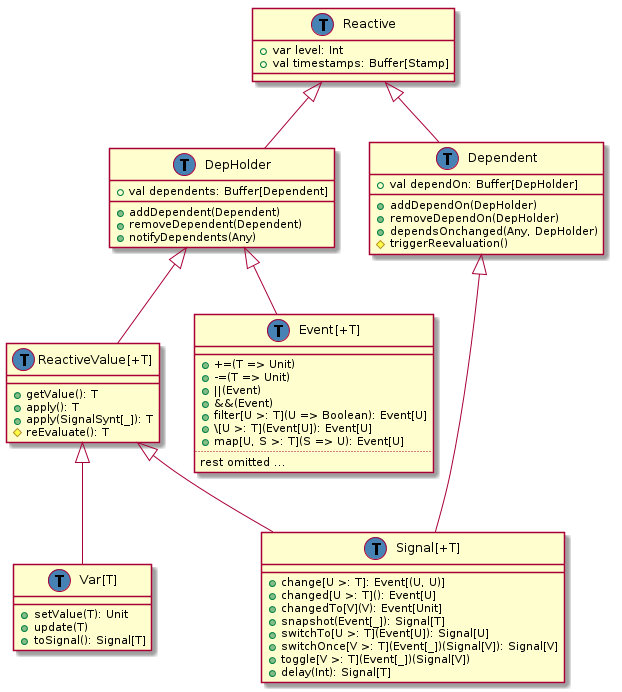
Earlier version of the PlantUML export doc/class-hierarchy/post-refactoring-may-14.png (rescala-lang/REScala).
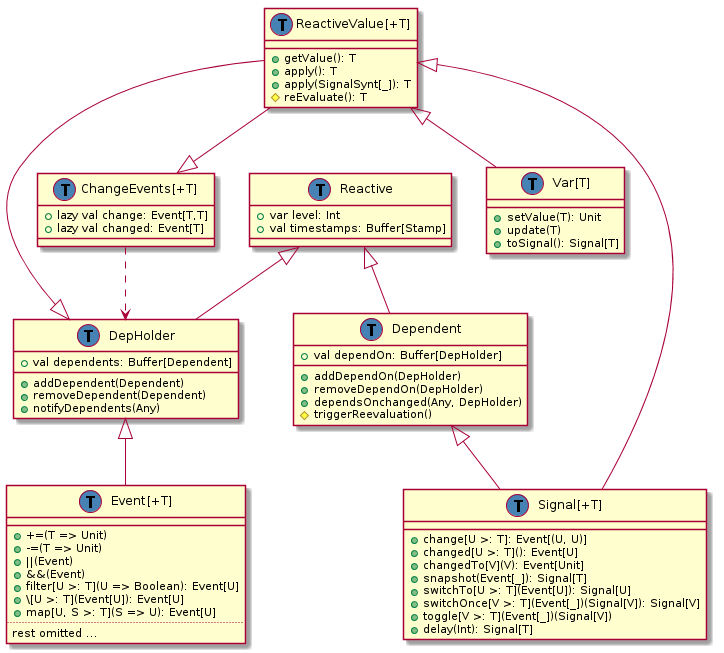
Later version of the same file.

Commit message:
Add ChangeEvents trait to ReactiveValue

Diff of the diagram source:
```diff
@@ -12,12 +12,21 @@
   +notifyDependents(Any)
 }
 
-class "ReactiveValue[+T]" as ReactiveValue extends DepHolder {
+class "ChangeEvents[+T]" as ChangeEvents {
+  +lazy val change: Event[T,T]
+  +lazy val changed: Event[T]
+  __
+}
+ChangeEvents ..> DepHolder
+
+class "ReactiveValue[+T]" as ReactiveValue {
   +getValue(): T
   +apply(): T
   +apply(SignalSynt[_]): T
   #reEvaluate(): T
 }
+ReactiveValue --|> ChangeEvents
+ReactiveValue --|> DepHolder
 
 class Dependent extends Reactive {
   +val dependOn: Buffer[DepHolder]
@@ -72,4 +81,5 @@
 class Reactive << (T,#4682b4) >>
 class Event << (T,#4682b4) >>
 class ReactiveValue << (T,#4682b4) >>
+class ChangeEvents << (T,#4682b4) >>
 @enduml
```
